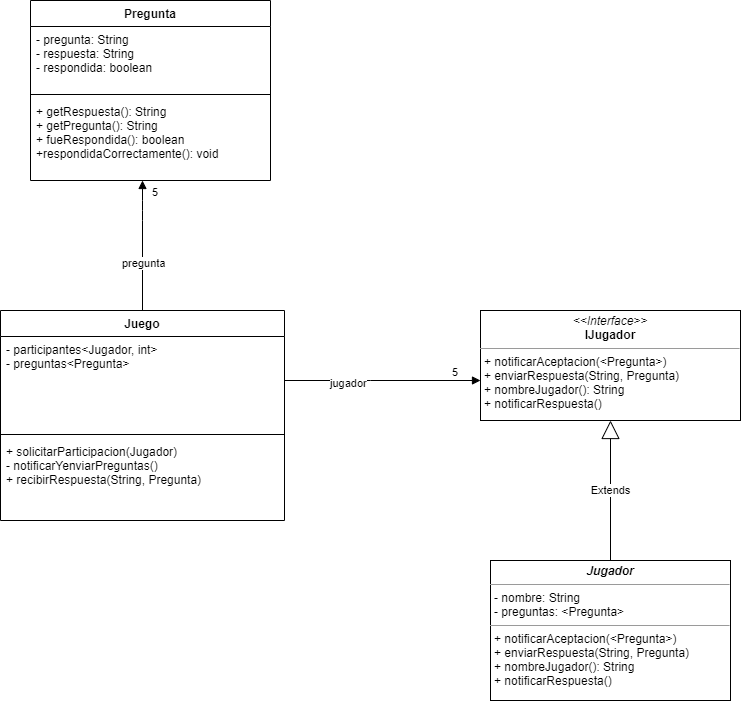
This is src/concursoDePreguntas.png from CundariNicolas/unqui-poo2-cundari, a draw.io export, as it was before one commit. Source tidied: cells renumbered, new cells last; positions are measured from the earlier drawing's top-left corner, leaving out a move shared by most shapes.
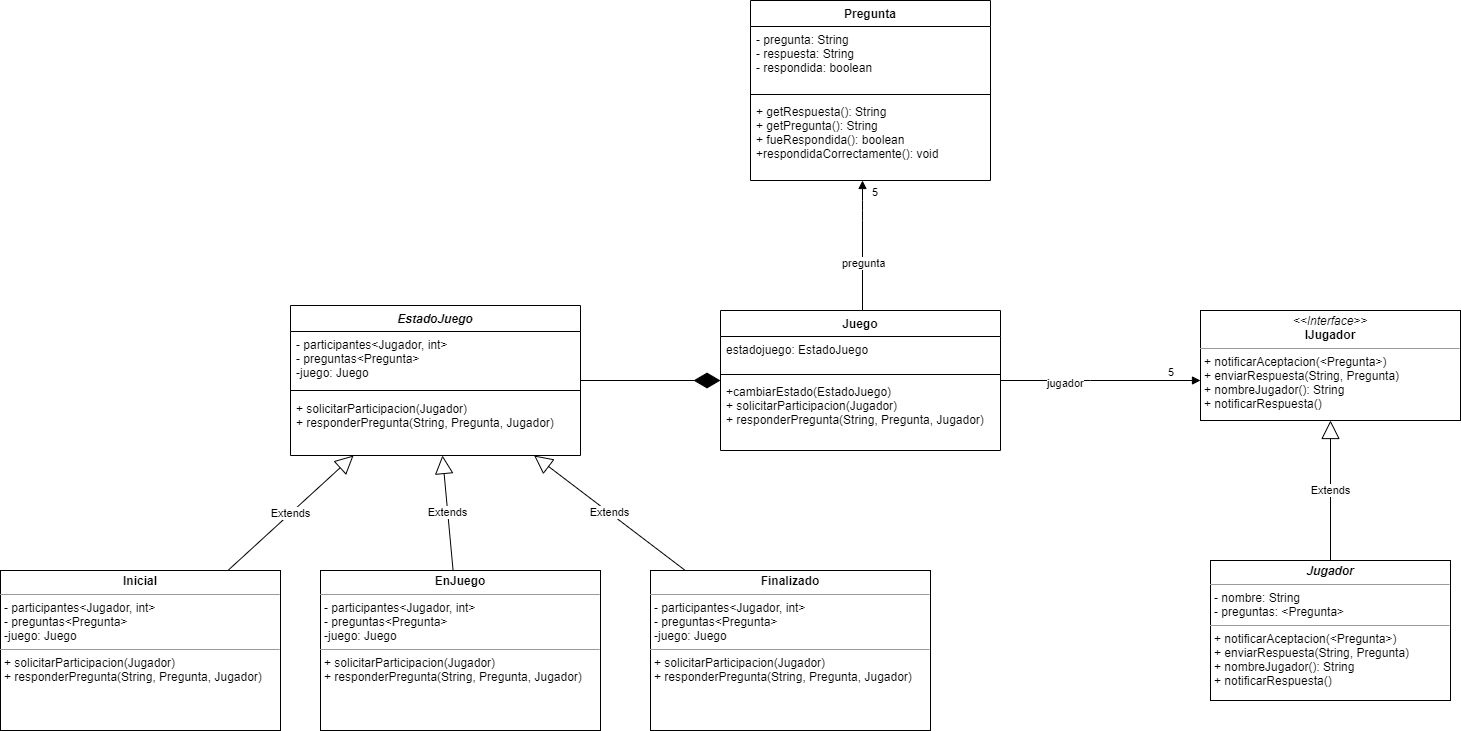
After the change.

What changed in the source:
```diff
@@ -3,16 +3,16 @@
     <mxCell id="0" />
     <mxCell id="1" parent="0" />
     <mxCell id="2" value="Juego" style="swimlane;fontStyle=1;align=center;verticalAlign=top;horizontal=1;startSize=26;" parent="1" vertex="1">
-      <mxGeometry y="310" width="284" height="210" as="geometry" />
+      <mxGeometry y="310" width="280" height="140" as="geometry" />
     </mxCell>
-    <mxCell id="3" value="- participantes&lt;Jugador, int&gt;&#10;- preguntas&lt;Pregunta&gt;&#10;" style="text;strokeColor=none;fillColor=none;align=left;verticalAlign=top;spacingLeft=4;spacingRight=4;overflow=hidden;" parent="2" vertex="1">
-      <mxGeometry y="26" width="284" height="94" as="geometry" />
+    <mxCell id="3" value="estadojuego: EstadoJuego" style="text;strokeColor=none;fillColor=none;align=left;verticalAlign=top;spacingLeft=4;spacingRight=4;overflow=hidden;" parent="2" vertex="1">
+      <mxGeometry y="26" width="280" height="34" as="geometry" />
     </mxCell>
     <mxCell id="4" style="line;strokeWidth=1;fillColor=none;align=left;verticalAlign=middle;spacingTop=-1;spacingLeft=3;spacingRight=3;labelPosition=right;" parent="2" vertex="1">
-      <mxGeometry y="120" width="284" height="8" as="geometry" />
+      <mxGeometry y="60" width="280" height="8" as="geometry" />
     </mxCell>
-    <mxCell id="5" value="+ solicitarParticipacion(Jugador)&#10;- notificarYenviarPreguntas()&#10;+ recibirRespuesta(String, Pregunta)&#10;&#10;" style="text;strokeColor=none;fillColor=none;align=left;verticalAlign=top;spacingLeft=4;spacingRight=4;overflow=hidden;" parent="2" vertex="1">
-      <mxGeometry y="128" width="284" height="82" as="geometry" />
+    <mxCell id="5" value="+cambiarEstado(EstadoJuego)&#10;+ solicitarParticipacion(Jugador)&#10;+ responderPregunta(String, Pregunta, Jugador)&#10;&#10;&#10;" style="text;strokeColor=none;fillColor=none;align=left;verticalAlign=top;spacingLeft=4;spacingRight=4;overflow=hidden;" parent="2" vertex="1">
+      <mxGeometry y="68" width="280" height="72" as="geometry" />
     </mxCell>
     <mxCell id="6" value="&lt;p style=&quot;margin: 0px ; margin-top: 4px ; text-align: center&quot;&gt;&lt;i&gt;&amp;lt;&amp;lt;Interface&amp;gt;&amp;gt;&lt;/i&gt;&lt;br&gt;&lt;b&gt;IJugador&lt;/b&gt;&lt;/p&gt;&lt;hr size=&quot;1&quot;&gt;&lt;p style=&quot;margin: 0px ; margin-left: 4px&quot;&gt;+ notificarAceptacion(&amp;lt;Pregunta&amp;gt;)&lt;/p&gt;&lt;p style=&quot;margin: 0px ; margin-left: 4px&quot;&gt;+ enviarRespuesta(String, Pregunta)&lt;/p&gt;&lt;p style=&quot;margin: 0px ; margin-left: 4px&quot;&gt;+ nombreJugador(): String&lt;/p&gt;&lt;p style=&quot;margin: 0px ; margin-left: 4px&quot;&gt;+ notificarRespuesta()&lt;/p&gt;&lt;p style=&quot;margin: 0px ; margin-left: 4px&quot;&gt;&lt;br&gt;&lt;/p&gt;" style="verticalAlign=top;align=left;overflow=fill;fontSize=12;fontFamily=Helvetica;html=1;" parent="1" vertex="1">
       <mxGeometry x="480" y="310" width="260" height="110" as="geometry" />
@@ -61,5 +61,38 @@
     <mxCell id="16" value="Extends" style="endArrow=block;endSize=16;endFill=0;html=1;" parent="1" edge="1" source="15" target="6">
       <mxGeometry relative="1" as="geometry" />
     </mxCell>
+    <mxCell id="17" value="EstadoJuego" style="swimlane;fontStyle=3;align=center;verticalAlign=top;horizontal=1;startSize=26;" parent="1" vertex="1">
+      <mxGeometry x="-430" y="305" width="290" height="150" as="geometry" />
+    </mxCell>
+    <mxCell id="18" value="- participantes&lt;Jugador, int&gt;&#10;- preguntas&lt;Pregunta&gt;&#10;-juego: Juego" style="text;strokeColor=none;fillColor=none;align=left;verticalAlign=top;spacingLeft=4;spacingRight=4;overflow=hidden;" parent="17" vertex="1">
+      <mxGeometry y="26" width="290" height="54" as="geometry" />
+    </mxCell>
+    <mxCell id="19" style="line;strokeWidth=1;fillColor=none;align=left;verticalAlign=middle;spacingTop=-1;spacingLeft=3;spacingRight=3;labelPosition=right;" parent="17" vertex="1">
+      <mxGeometry y="80" width="290" height="10" as="geometry" />
+    </mxCell>
+    <mxCell id="20" value="+ solicitarParticipacion(Jugador)&#10;+ responderPregunta(String, Pregunta, Jugador)" style="text;strokeColor=none;fillColor=none;align=left;verticalAlign=top;spacingLeft=4;spacingRight=4;overflow=hidden;" parent="17" vertex="1">
+      <mxGeometry y="90" width="290" height="60" as="geometry" />
+    </mxCell>
+    <mxCell id="21" style="endArrow=diamondThin;endFill=1;endSize=24;html=1;" parent="1" edge="1" source="17" target="2">
+      <mxGeometry relative="1" as="geometry" />
+    </mxCell>
+    <mxCell id="22" value="&lt;p style=&quot;margin: 0px ; margin-top: 4px ; text-align: center&quot;&gt;&lt;b&gt;Inicial&lt;/b&gt;&lt;/p&gt;&lt;hr size=&quot;1&quot;&gt;&lt;p style=&quot;margin: 0px ; margin-left: 4px&quot;&gt;- participantes&amp;lt;Jugador, int&amp;gt;&lt;br style=&quot;padding: 0px ; margin: 0px&quot;&gt;- preguntas&amp;lt;Pregunta&amp;gt;&lt;br style=&quot;padding: 0px ; margin: 0px&quot;&gt;-juego: Juego&lt;br&gt;&lt;/p&gt;&lt;hr size=&quot;1&quot;&gt;&lt;p style=&quot;margin: 0px ; margin-left: 4px&quot;&gt;+ solicitarParticipacion(Jugador)&lt;br style=&quot;padding: 0px ; margin: 0px&quot;&gt;+ responderPregunta(String, Pregunta, Jugador)&lt;br&gt;&lt;/p&gt;" style="verticalAlign=top;align=left;overflow=fill;fontSize=12;fontFamily=Helvetica;html=1;" parent="1" vertex="1">
+      <mxGeometry x="-720" y="570" width="280" height="160" as="geometry" />
+    </mxCell>
+    <mxCell id="23" value="&lt;p style=&quot;margin: 0px ; margin-top: 4px ; text-align: center&quot;&gt;&lt;b&gt;EnJuego&lt;/b&gt;&lt;/p&gt;&lt;hr size=&quot;1&quot;&gt;&lt;p style=&quot;margin: 0px ; margin-left: 4px&quot;&gt;- participantes&amp;lt;Jugador, int&amp;gt;&lt;br style=&quot;padding: 0px ; margin: 0px&quot;&gt;- preguntas&amp;lt;Pregunta&amp;gt;&lt;br style=&quot;padding: 0px ; margin: 0px&quot;&gt;-juego: Juego&lt;br&gt;&lt;/p&gt;&lt;hr size=&quot;1&quot;&gt;&lt;p style=&quot;margin: 0px ; margin-left: 4px&quot;&gt;+ solicitarParticipacion(Jugador)&lt;br style=&quot;padding: 0px ; margin: 0px&quot;&gt;+ responderPregunta(String, Pregunta, Jugador)&lt;br&gt;&lt;/p&gt;" style="verticalAlign=top;align=left;overflow=fill;fontSize=12;fontFamily=Helvetica;html=1;" parent="1" vertex="1">
+      <mxGeometry x="-400" y="570" width="280" height="160" as="geometry" />
+    </mxCell>
+    <mxCell id="24" value="&lt;p style=&quot;margin: 0px ; margin-top: 4px ; text-align: center&quot;&gt;&lt;b&gt;Finalizado&lt;/b&gt;&lt;/p&gt;&lt;hr size=&quot;1&quot;&gt;&lt;p style=&quot;margin: 0px ; margin-left: 4px&quot;&gt;- participantes&amp;lt;Jugador, int&amp;gt;&lt;br style=&quot;padding: 0px ; margin: 0px&quot;&gt;- preguntas&amp;lt;Pregunta&amp;gt;&lt;br style=&quot;padding: 0px ; margin: 0px&quot;&gt;-juego: Juego&lt;br&gt;&lt;/p&gt;&lt;hr size=&quot;1&quot;&gt;&lt;p style=&quot;margin: 0px ; margin-left: 4px&quot;&gt;+ solicitarParticipacion(Jugador)&lt;br style=&quot;padding: 0px ; margin: 0px&quot;&gt;+ responderPregunta(String, Pregunta, Jugador)&lt;br&gt;&lt;/p&gt;" style="verticalAlign=top;align=left;overflow=fill;fontSize=12;fontFamily=Helvetica;html=1;" parent="1" vertex="1">
+      <mxGeometry x="-70" y="570" width="280" height="160" as="geometry" />
+    </mxCell>
+    <mxCell id="25" value="Extends" style="endArrow=block;endSize=16;endFill=0;html=1;" parent="1" edge="1" source="22" target="17">
+      <mxGeometry relative="1" as="geometry" />
+    </mxCell>
+    <mxCell id="26" value="Extends" style="endArrow=block;endSize=16;endFill=0;html=1;" parent="1" edge="1" source="23" target="17">
+      <mxGeometry relative="1" as="geometry" />
+    </mxCell>
+    <mxCell id="27" value="Extends" style="endArrow=block;endSize=16;endFill=0;html=1;" parent="1" edge="1" source="24" target="17">
+      <mxGeometry relative="1" as="geometry" />
+    </mxCell>
   </root>
 </mxGraphModel>
```
